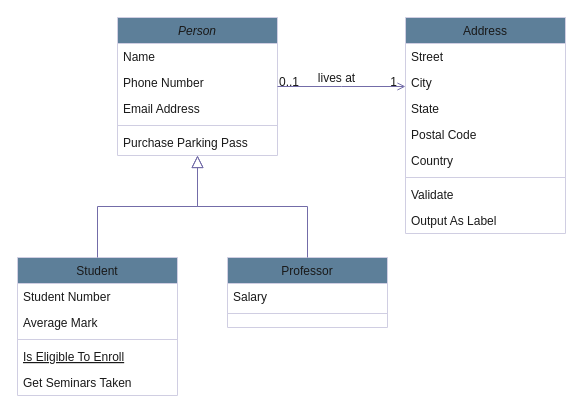
The draw.io diagram Diagramme sans nom.drawio in OnyxXs/JAVA_P4, before the edit. Source tidied: cells renumbered, new cells numbered last; positions are measured from the earlier drawing's top-left corner, leaving out a move shared by most shapes. Both pictures are drawn from the tidied source at 100%, with x=0, y=0 at pixel (17, 17).
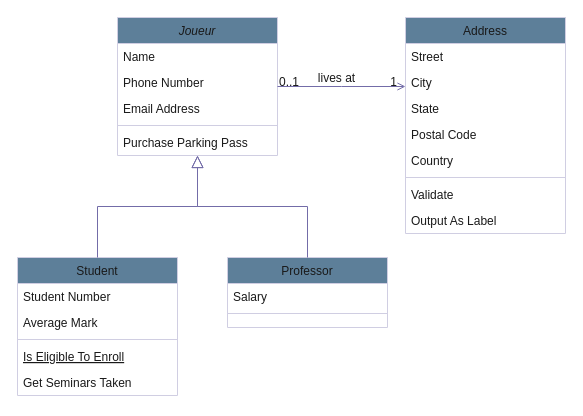
Above is the later version.

Change to the diagram source:
```diff
@@
-    <mxCell id="2" value="Person" style="swimlane;fontStyle=2;align=center;verticalAlign=top;horizontal=1;startSize=26;rounded=0;shadow=0;strokeWidth=1;labelBackgroundColor=none;fillColor=#5D7F99;strokeColor=#D0CEE2;fontColor=#1A1A1A;" parent="1" vertex="1">
+    <mxCell id="2" value="Joueur" style="swimlane;fontStyle=2;align=center;verticalAlign=top;horizontal=1;startSize=26;rounded=0;shadow=0;strokeWidth=1;labelBackgroundColor=none;fillColor=#5D7F99;strokeColor=#D0CEE2;fontColor=#1A1A1A;" parent="1" vertex="1">
       <mxGeometry x="100" width="160" height="138" as="geometry" />
     </mxCell>
```
